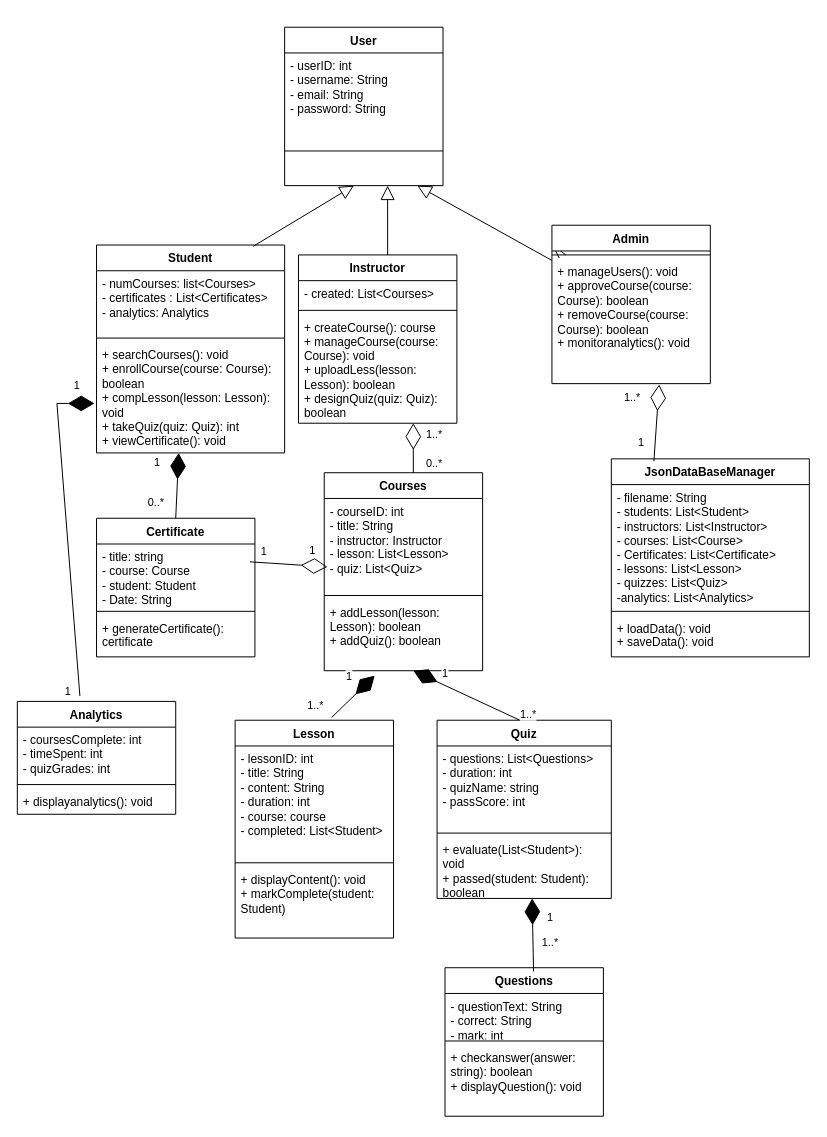
adhambasha1155/Uml keeps this draw.io diagram as Untitled Diagram.drawio. Above is the earlier version. Source tidied: cells renumbered, new cells numbered last; positions are measured from the earlier drawing's top-left corner, leaving out a move shared by most shapes. Both pictures are drawn from the tidied source at 99%, with x=0, y=0 at pixel (17, 27).
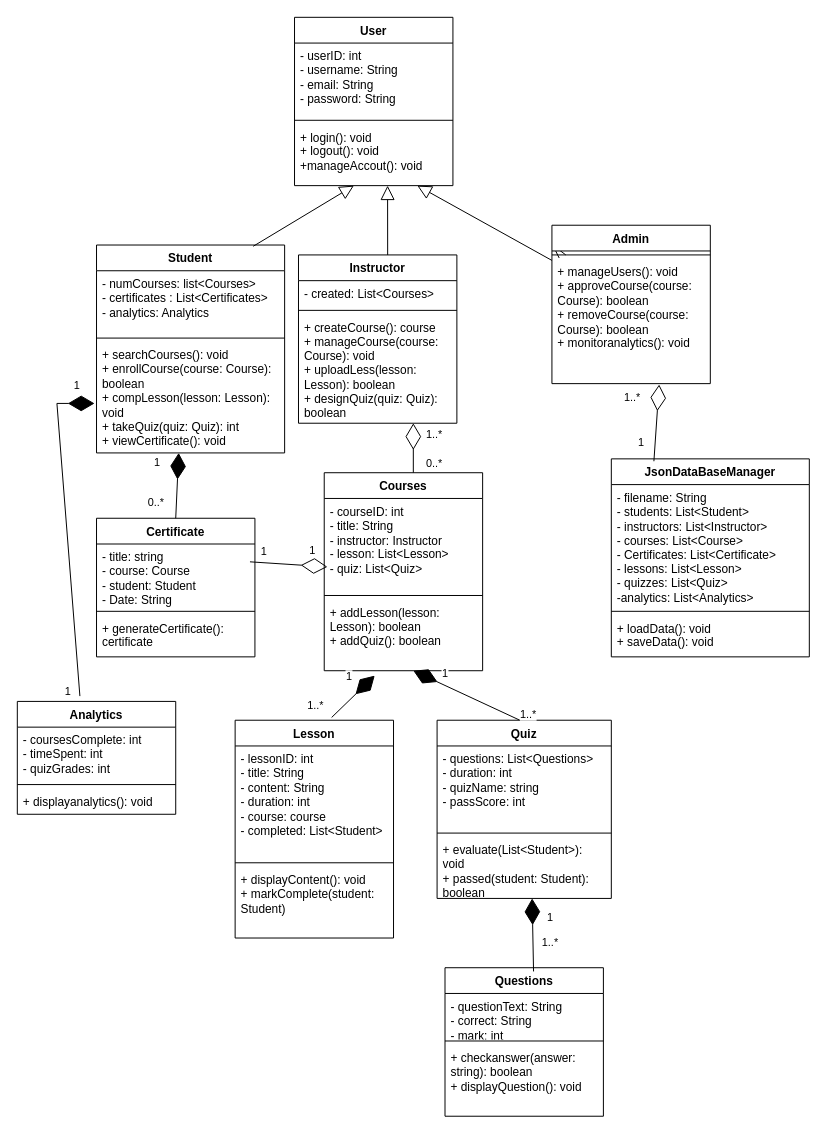
The same diagram, later.

The edit, as a diff of the source:
```diff
@@
-    <mxCell id="2" value="User" style="swimlane;fontStyle=1;align=center;verticalAlign=top;horizontal=1;startSize=26;whiteSpace=wrap;html=1;" parent="1" vertex="1">
-      <mxGeometry x="270" width="160" height="160" as="geometry" />
-    </mxCell>
-    <mxCell id="3" value="- userID: int&lt;div&gt;- username: String&lt;/div&gt;&lt;div&gt;- email: String&lt;/div&gt;&lt;div&gt;- password: String&lt;/div&gt;&lt;div&gt;&lt;br&gt;&lt;/div&gt;" style="text;strokeColor=none;fillColor=none;align=left;verticalAlign=top;spacingLeft=4;spacingRight=4;overflow=hidden;whiteSpace=wrap;html=1;" parent="2" vertex="1">
-      <mxGeometry y="26" width="160" height="64" as="geometry" />
-    </mxCell>
-    <mxCell id="4" style="line;strokeWidth=1;fillColor=none;align=left;verticalAlign=middle;spacingTop=-1;spacingLeft=3;spacingRight=3;labelPosition=right;strokeColor=inherit;" parent="2" vertex="1">
-      <mxGeometry y="90" width="160" height="70" as="geometry" />
-    </mxCell>
@@
+    <mxCell id="2" value="User" style="swimlane;fontStyle=1;align=center;verticalAlign=top;horizontal=1;startSize=26;whiteSpace=wrap;html=1;" parent="1" vertex="1">
+      <mxGeometry x="280" y="-10" width="160" height="170" as="geometry" />
+    </mxCell>
+    <mxCell id="3" value="- userID: int&lt;div&gt;- username: String&lt;/div&gt;&lt;div&gt;- email: String&lt;/div&gt;&lt;div&gt;- password: String&lt;/div&gt;&lt;div&gt;&lt;br&gt;&lt;/div&gt;" style="text;strokeColor=none;fillColor=none;align=left;verticalAlign=top;spacingLeft=4;spacingRight=4;overflow=hidden;whiteSpace=wrap;html=1;" parent="2" vertex="1">
+      <mxGeometry y="26" width="160" height="74" as="geometry" />
+    </mxCell>
+    <mxCell id="72" style="line;strokeWidth=1;fillColor=none;align=left;verticalAlign=middle;spacingTop=-1;spacingLeft=3;spacingRight=3;labelPosition=right;strokeColor=inherit;" parent="2" vertex="1">
+      <mxGeometry y="100" width="160" height="8" as="geometry" />
+    </mxCell>
+    <mxCell id="73" value="+ login(): void&lt;div&gt;+ logout(): void&lt;/div&gt;&lt;div&gt;+manageAccout(): void&lt;/div&gt;" style="text;strokeColor=none;fillColor=none;align=left;verticalAlign=top;spacingLeft=4;spacingRight=4;overflow=hidden;whiteSpace=wrap;html=1;" parent="2" vertex="1">
+      <mxGeometry y="108" width="160" height="62" as="geometry" />
+    </mxCell>
```
